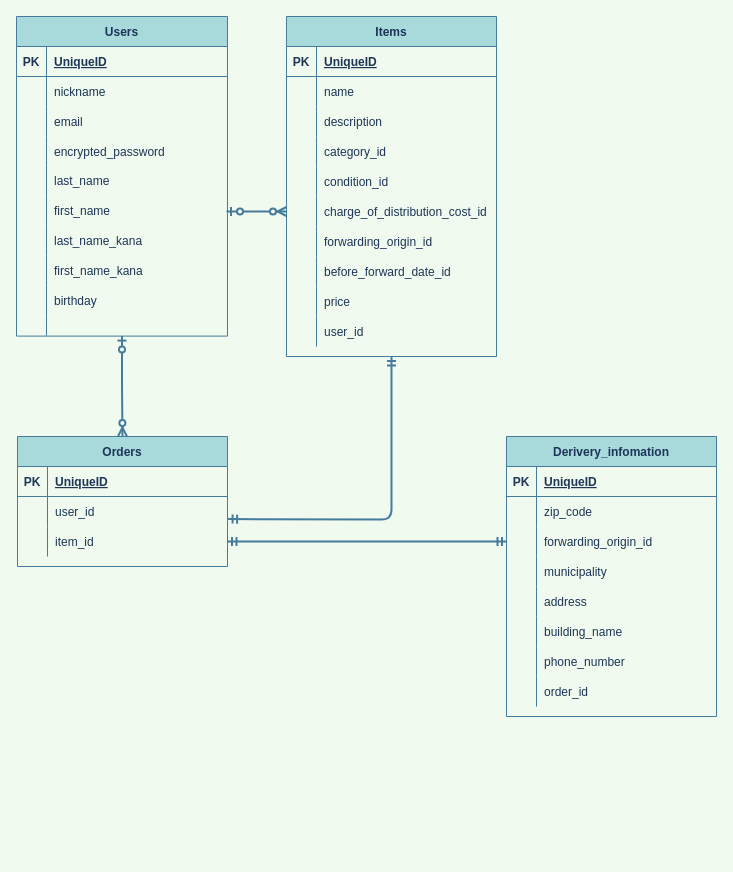
This is ER.dio from konno-tech/furima-31063, a draw.io file, before an edit. Source tidied: cells renumbered, new cells numbered last; positions are measured from the earlier drawing's top-left corner, leaving out a move shared by most shapes. Both pictures are drawn from the tidied source at 100%, with x=0, y=0 at pixel (16, 16).
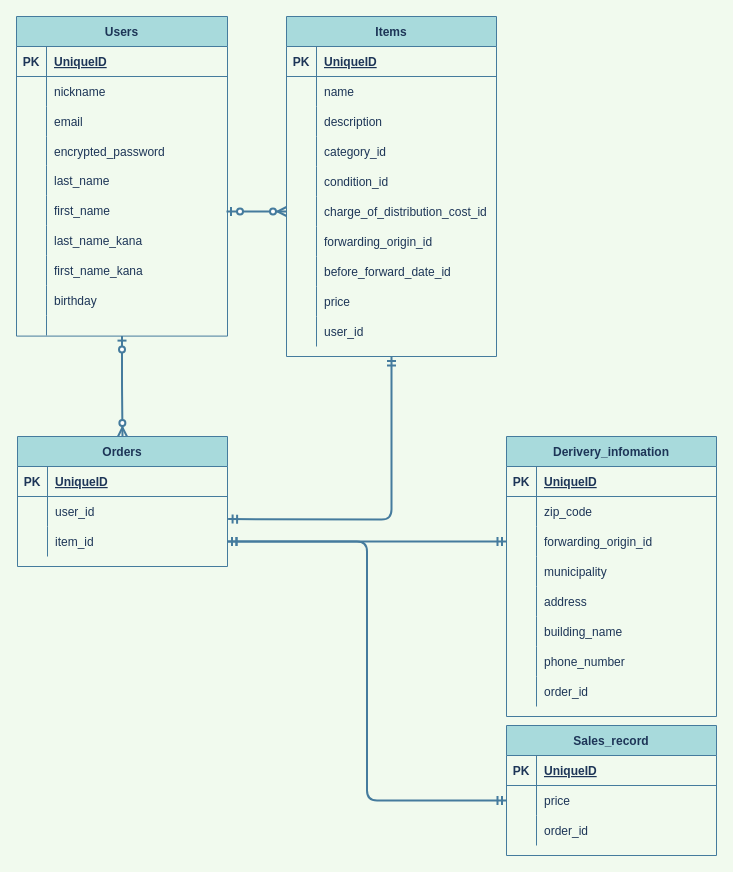
Above is the later version.

Commit message (it also covers changes not shown here):
売り上げ記録のモデルのテーブル設計の追加

The change refers to these unchanged cells:
```xml
<mxCell id="73" style="shape=partialRectangle;fillColor=none;top=0;left=0;bottom=0;right=0;points=[[0,0.5],[1,0.5]];portConstraint=eastwest;strokeColor=#457B9D;fontColor=#1D3557;" parent="66" vertex="1">
  <mxGeometry y="90" width="210" height="30" as="geometry" />
</mxCell>
```

Change to the diagram source:
```diff
@@
+    <mxCell id="103" value="Sales_record" style="shape=table;startSize=30;childLayout=tableLayout;rowLines=0;fontStyle=1;align=center;fillColor=#A8DADC;strokeColor=#457B9D;fontColor=#1D3557;" parent="1" vertex="1">
+      <mxGeometry x="490" y="709" width="210" height="130" as="geometry" />
+    </mxCell>
+    <mxCell id="104" style="shape=partialRectangle;fillColor=none;top=0;left=0;bottom=1;right=0;strokeColor=#457B9D;fontColor=#1D3557;" parent="103" vertex="1">
+      <mxGeometry y="30" width="210" height="30" as="geometry" />
+    </mxCell>
+    <mxCell id="105" value="PK" style="shape=partialRectangle;fillColor=none;top=0;left=0;bottom=0;right=0;fontStyle=1;overflow=hidden;strokeColor=#457B9D;fontColor=#1D3557;" parent="104" vertex="1">
+      <mxGeometry width="30" height="30" as="geometry" />
+    </mxCell>
+    <mxCell id="106" value="UniqueID" style="shape=partialRectangle;fillColor=none;top=0;left=0;bottom=0;right=0;align=left;spacingLeft=6;fontStyle=5;overflow=hidden;strokeColor=#457B9D;fontColor=#1D3557;" parent="104" vertex="1">
+      <mxGeometry x="30" width="180" height="30" as="geometry" />
+    </mxCell>
+    <mxCell id="107" style="shape=partialRectangle;fillColor=none;top=0;left=0;bottom=0;right=0;points=[[0,0.5],[1,0.5]];portConstraint=eastwest;strokeColor=#457B9D;fontColor=#1D3557;" parent="103" vertex="1">
+      <mxGeometry y="60" width="210" height="30" as="geometry" />
+    </mxCell>
+    <mxCell id="108" style="shape=partialRectangle;fillColor=none;top=0;left=0;bottom=0;right=0;overflow=hidden;strokeColor=#457B9D;fontColor=#1D3557;" parent="107" vertex="1">
+      <mxGeometry width="30" height="30" as="geometry" />
+    </mxCell>
+    <mxCell id="109" value="price" style="shape=partialRectangle;fillColor=none;top=0;left=0;bottom=0;right=0;align=left;spacingLeft=6;overflow=hidden;strokeColor=#457B9D;fontColor=#1D3557;" parent="107" vertex="1">
+      <mxGeometry x="30" width="180" height="30" as="geometry" />
+    </mxCell>
+    <mxCell id="110" style="shape=partialRectangle;fillColor=none;top=0;left=0;bottom=0;right=0;strokeColor=#457B9D;fontColor=#1D3557;" parent="103" vertex="1">
+      <mxGeometry y="90" width="210" height="30" as="geometry" />
+    </mxCell>
+    <mxCell id="111" style="shape=partialRectangle;fillColor=none;top=0;left=0;bottom=0;right=0;overflow=hidden;strokeColor=#457B9D;fontColor=#1D3557;" parent="110" vertex="1">
+      <mxGeometry width="30" height="30" as="geometry" />
+    </mxCell>
+    <mxCell id="112" value="order_id" style="shape=partialRectangle;fillColor=none;top=0;left=0;bottom=0;right=0;align=left;spacingLeft=6;overflow=hidden;strokeColor=#457B9D;fontColor=#1D3557;" parent="110" vertex="1">
+      <mxGeometry x="30" width="180" height="30" as="geometry" />
+    </mxCell>
+    <mxCell id="113" style="edgeStyle=orthogonalEdgeStyle;fontSize=12;html=1;endArrow=ERmandOne;startArrow=ERmandOne;strokeWidth=2;exitX=1;exitY=0.5;exitDx=0;exitDy=0;entryX=0;entryY=0.5;entryDx=0;entryDy=0;labelBackgroundColor=#F1FAEE;strokeColor=#457B9D;fontColor=#1D3557;" parent="1" edge="1" source="73" target="107">
+      <mxGeometry relative="1" as="geometry" />
+    </mxCell>
```
